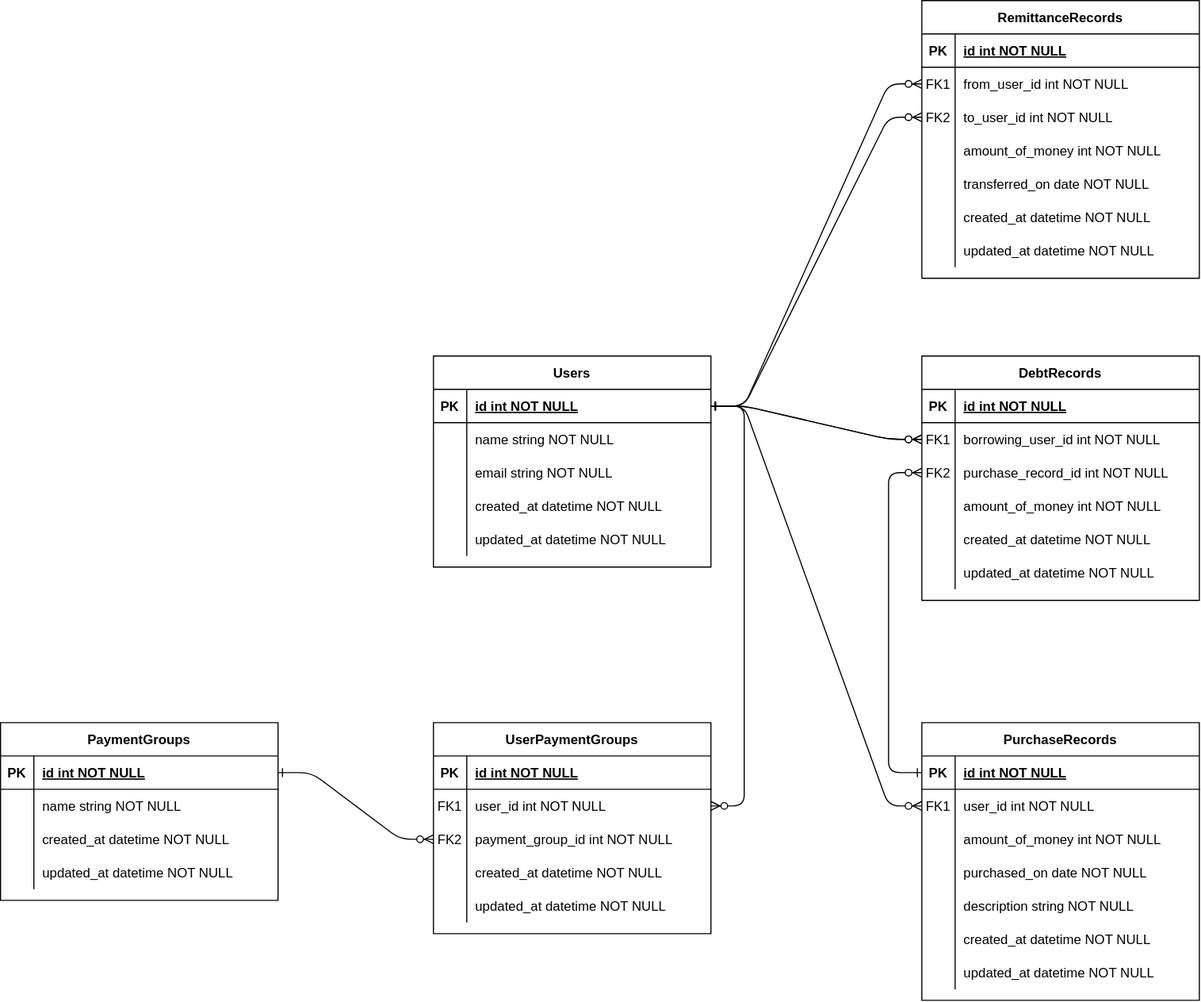
Earlier version of the draw.io export er-diagram/er.svg (a-yossy/dutch_account). Source tidied: cells renumbered, new cells last; positions are measured from the earlier drawing's top-left corner, leaving out a move shared by most shapes.
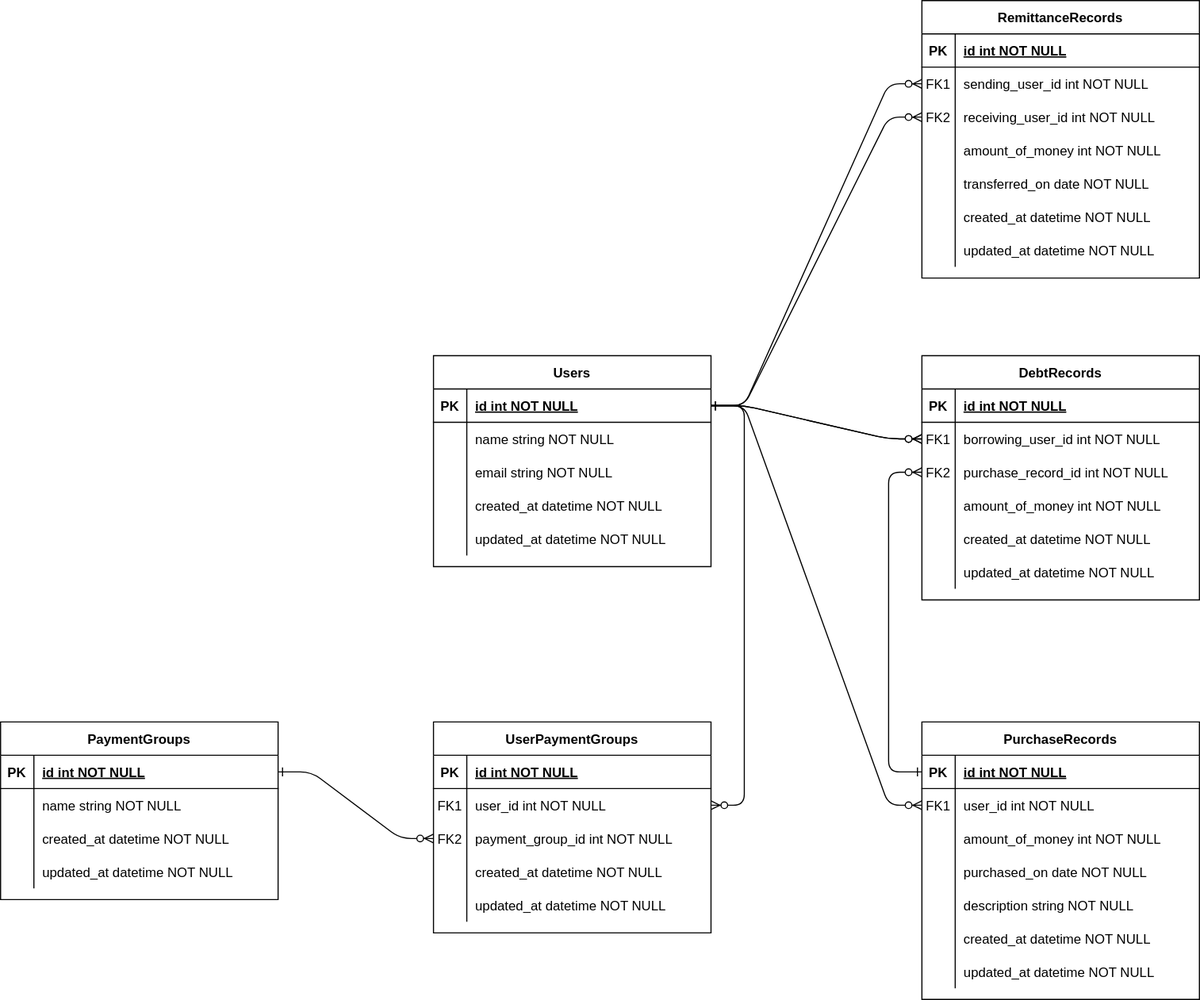
After the change.

Commit message:
feat: カラム名修正

Diff of the diagram source:
```diff
@@ -230,7 +230,7 @@
     <mxCell id="77" value="FK1" style="shape=partialRectangle;overflow=hidden;fillColor=none;top=0;left=0;bottom=0;right=0;" parent="76" vertex="1">
       <mxGeometry width="30" height="30" as="geometry" />
     </mxCell>
-    <mxCell id="78" value="from_user_id int NOT NULL" style="shape=partialRectangle;overflow=hidden;fillColor=none;top=0;left=0;bottom=0;right=0;align=left;spacingLeft=6;" parent="76" vertex="1">
+    <mxCell id="78" value="sending_user_id int NOT NULL" style="shape=partialRectangle;overflow=hidden;fillColor=none;top=0;left=0;bottom=0;right=0;align=left;spacingLeft=6;" parent="76" vertex="1">
       <mxGeometry x="30" width="220" height="30" as="geometry" />
     </mxCell>
     <mxCell id="79" style="shape=partialRectangle;fillColor=none;points=[[0,0.5],[1,0.5]];portConstraint=eastwest;top=0;left=0;right=0;bottom=0;" parent="72" vertex="1">
@@ -239,7 +239,7 @@
     <mxCell id="80" value="FK2" style="shape=partialRectangle;overflow=hidden;fillColor=none;top=0;left=0;bottom=0;right=0;" parent="79" vertex="1">
       <mxGeometry width="30" height="30" as="geometry" />
     </mxCell>
-    <mxCell id="81" value="to_user_id int NOT NULL" style="shape=partialRectangle;overflow=hidden;fillColor=none;top=0;left=0;bottom=0;right=0;align=left;spacingLeft=6;" parent="79" vertex="1">
+    <mxCell id="81" value="receiving_user_id int NOT NULL" style="shape=partialRectangle;overflow=hidden;fillColor=none;top=0;left=0;bottom=0;right=0;align=left;spacingLeft=6;" parent="79" vertex="1">
       <mxGeometry x="30" width="220" height="30" as="geometry" />
     </mxCell>
     <mxCell id="82" style="shape=partialRectangle;fillColor=none;top=0;left=0;right=0;bottom=0;" parent="72" vertex="1">
@@ -278,11 +278,6 @@
     <mxCell id="93" value="updated_at datetime NOT NULL" style="shape=partialRectangle;overflow=hidden;fillColor=none;top=0;left=0;bottom=0;right=0;align=left;spacingLeft=6;" parent="91" vertex="1">
       <mxGeometry x="30" width="220" height="30" as="geometry" />
     </mxCell>
-    <mxCell id="94" style="edgeStyle=entityRelationEdgeStyle;endArrow=ERzeroToMany;startArrow=ERone;endFill=1;startFill=0;jumpStyle=gap;" parent="1" edge="1" target="x">
-      <mxGeometry relative="1" as="geometry">
-        <mxPoint x="240" y="105" as="sourcePoint" />
-      </mxGeometry>
-    </mxCell>
     <mxCell id="95" style="edgeStyle=entityRelationEdgeStyle;endArrow=ERzeroToMany;startArrow=ERone;endFill=1;startFill=0;jumpStyle=gap;" parent="1" edge="1" source="33" target="76">
       <mxGeometry relative="1" as="geometry" />
     </mxCell>
```
